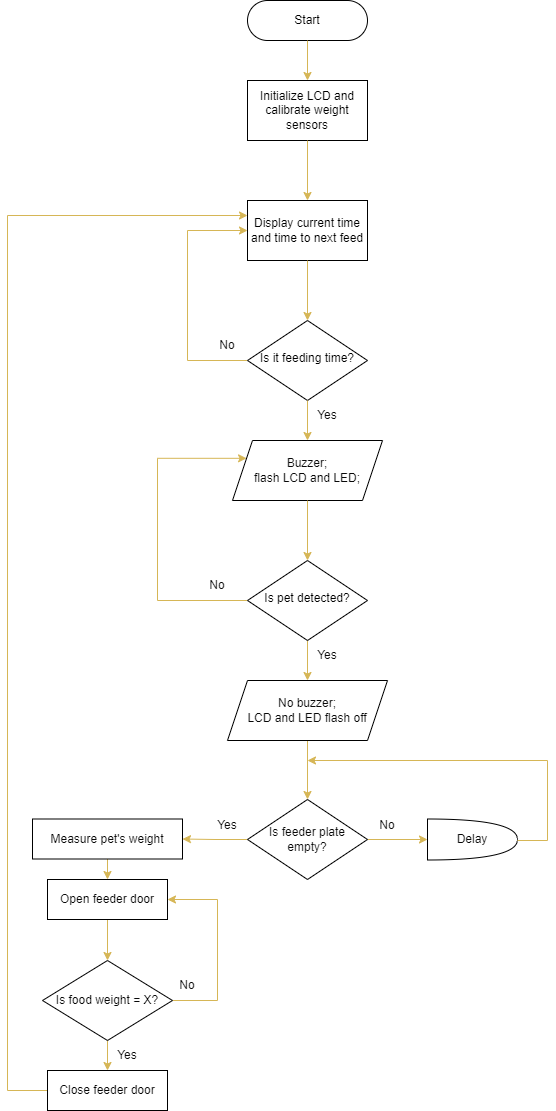
Bernitarist/AUTOMATIC-FOOD-DISPENSER-FOR-PETS keeps this draw.io diagram as Photos/flowchart.png. Above is the earlier version. Source tidied: cells renumbered, new cells last; positions are measured from the earlier drawing's top-left corner, leaving out a move shared by most shapes.
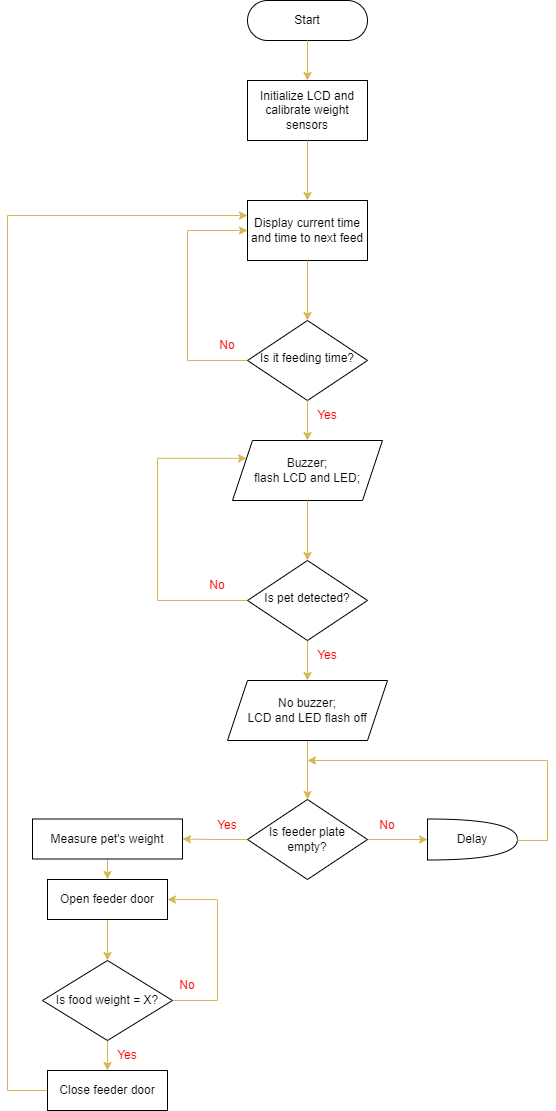
The same diagram one commit later.

The edit, as a diff of the source:
```diff
@@ -129,28 +129,28 @@
         <mxPoint x="540" y="840" as="targetPoint" />
       </mxGeometry>
     </mxCell>
-    <mxCell id="34" value="Yes" style="text;html=1;strokeColor=none;fillColor=none;align=center;verticalAlign=middle;whiteSpace=wrap;rounded=0;fontColor=#080808;" parent="1" vertex="1">
+    <mxCell id="34" value="Yes" style="text;html=1;strokeColor=none;fillColor=none;align=center;verticalAlign=middle;whiteSpace=wrap;rounded=0;fontColor=#FF0000;" parent="1" vertex="1">
       <mxGeometry x="290" y="400" width="60" height="30" as="geometry" />
     </mxCell>
-    <mxCell id="35" value="No" style="text;html=1;strokeColor=none;fillColor=none;align=center;verticalAlign=middle;whiteSpace=wrap;rounded=0;fontColor=#080808;" parent="1" vertex="1">
+    <mxCell id="35" value="No" style="text;html=1;align=center;verticalAlign=middle;whiteSpace=wrap;rounded=0;fontColor=#FF0000;" parent="1" vertex="1">
       <mxGeometry x="190" y="330" width="60" height="30" as="geometry" />
     </mxCell>
-    <mxCell id="36" value="Yes" style="text;html=1;strokeColor=none;fillColor=none;align=center;verticalAlign=middle;whiteSpace=wrap;rounded=0;fontColor=#080808;" parent="1" vertex="1">
+    <mxCell id="36" value="Yes" style="text;html=1;strokeColor=none;fillColor=none;align=center;verticalAlign=middle;whiteSpace=wrap;rounded=0;fontColor=#FF0000;" parent="1" vertex="1">
       <mxGeometry x="290" y="640" width="60" height="30" as="geometry" />
     </mxCell>
-    <mxCell id="37" value="No" style="text;html=1;strokeColor=none;fillColor=none;align=center;verticalAlign=middle;whiteSpace=wrap;rounded=0;fontColor=#080808;" parent="1" vertex="1">
+    <mxCell id="37" value="No" style="text;html=1;strokeColor=none;fillColor=none;align=center;verticalAlign=middle;whiteSpace=wrap;rounded=0;fontColor=#FF0000;" parent="1" vertex="1">
       <mxGeometry x="180" y="570" width="60" height="30" as="geometry" />
     </mxCell>
-    <mxCell id="38" value="No" style="text;html=1;strokeColor=none;fillColor=none;align=center;verticalAlign=middle;whiteSpace=wrap;rounded=0;fontColor=#080808;" parent="1" vertex="1">
+    <mxCell id="38" value="No" style="text;html=1;strokeColor=none;fillColor=none;align=center;verticalAlign=middle;whiteSpace=wrap;rounded=0;fontColor=#FF0000;" parent="1" vertex="1">
       <mxGeometry x="350" y="810" width="60" height="30" as="geometry" />
     </mxCell>
-    <mxCell id="39" value="Yes" style="text;html=1;strokeColor=none;fillColor=none;align=center;verticalAlign=middle;whiteSpace=wrap;rounded=0;fontColor=#080808;" parent="1" vertex="1">
+    <mxCell id="39" value="Yes" style="text;html=1;strokeColor=none;fillColor=none;align=center;verticalAlign=middle;whiteSpace=wrap;rounded=0;fontColor=#FF0000;" parent="1" vertex="1">
       <mxGeometry x="190" y="810" width="60" height="30" as="geometry" />
     </mxCell>
-    <mxCell id="40" value="No" style="text;html=1;strokeColor=none;fillColor=none;align=center;verticalAlign=middle;whiteSpace=wrap;rounded=0;fontColor=#080808;" parent="1" vertex="1">
+    <mxCell id="40" value="No" style="text;html=1;strokeColor=none;fillColor=none;align=center;verticalAlign=middle;whiteSpace=wrap;rounded=0;fontColor=#FF0000;" parent="1" vertex="1">
       <mxGeometry x="150" y="970" width="60" height="30" as="geometry" />
     </mxCell>
-    <mxCell id="41" value="Yes" style="text;html=1;strokeColor=none;fillColor=none;align=center;verticalAlign=middle;whiteSpace=wrap;rounded=0;fontColor=#080808;" parent="1" vertex="1">
+    <mxCell id="41" value="Yes" style="text;html=1;strokeColor=none;fillColor=none;align=center;verticalAlign=middle;whiteSpace=wrap;rounded=0;fontColor=#FF0000;" parent="1" vertex="1">
       <mxGeometry x="90" y="1040" width="60" height="30" as="geometry" />
     </mxCell>
   </root>
```
